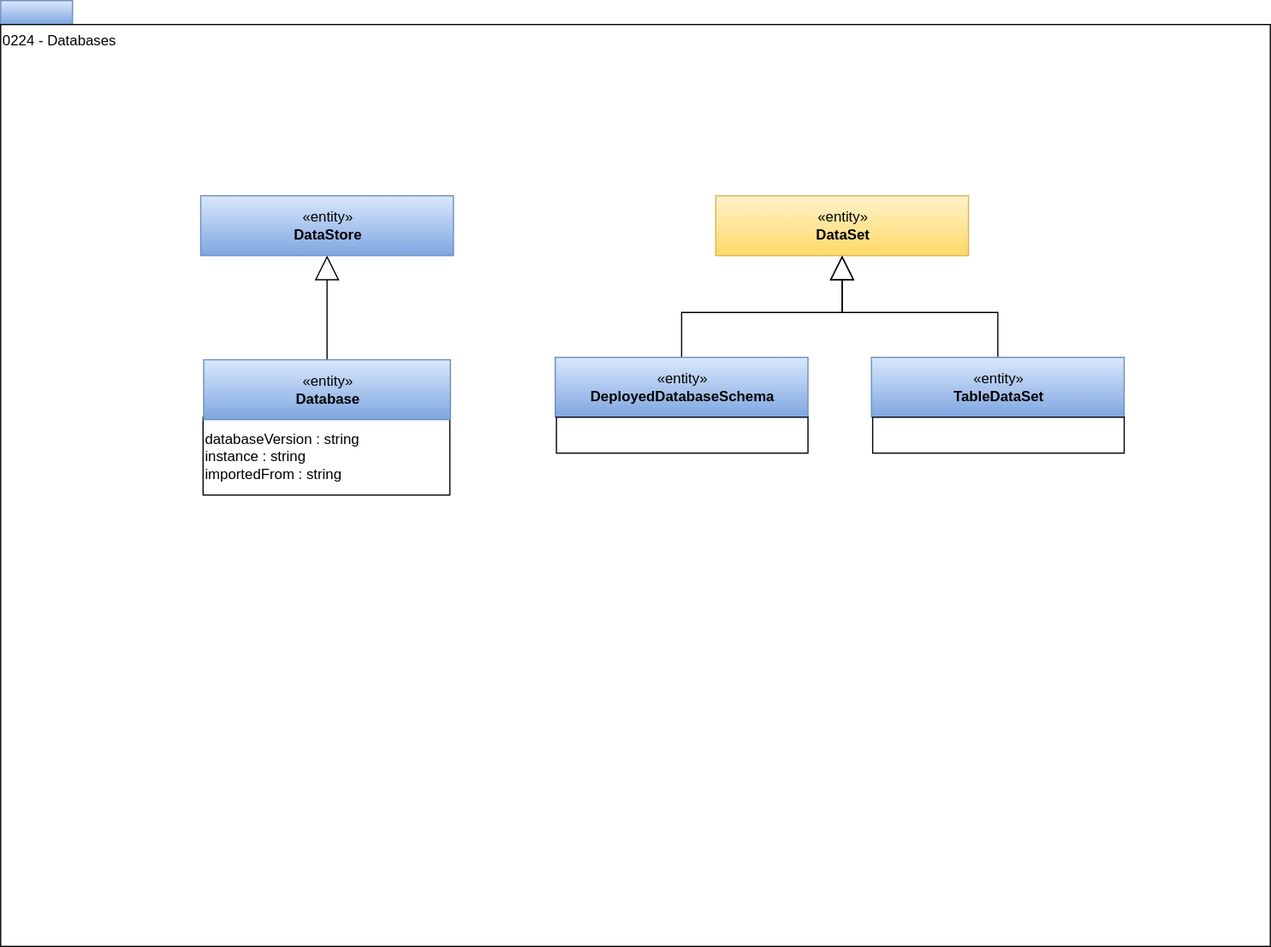
This is site/docs/types/2/0224-Databases.svg from odpi/egeria-docs, a draw.io export, as it was before one commit. Source tidied: cells renumbered, new cells last; positions are measured from the earlier drawing's top-left corner, leaving out a move shared by most shapes.
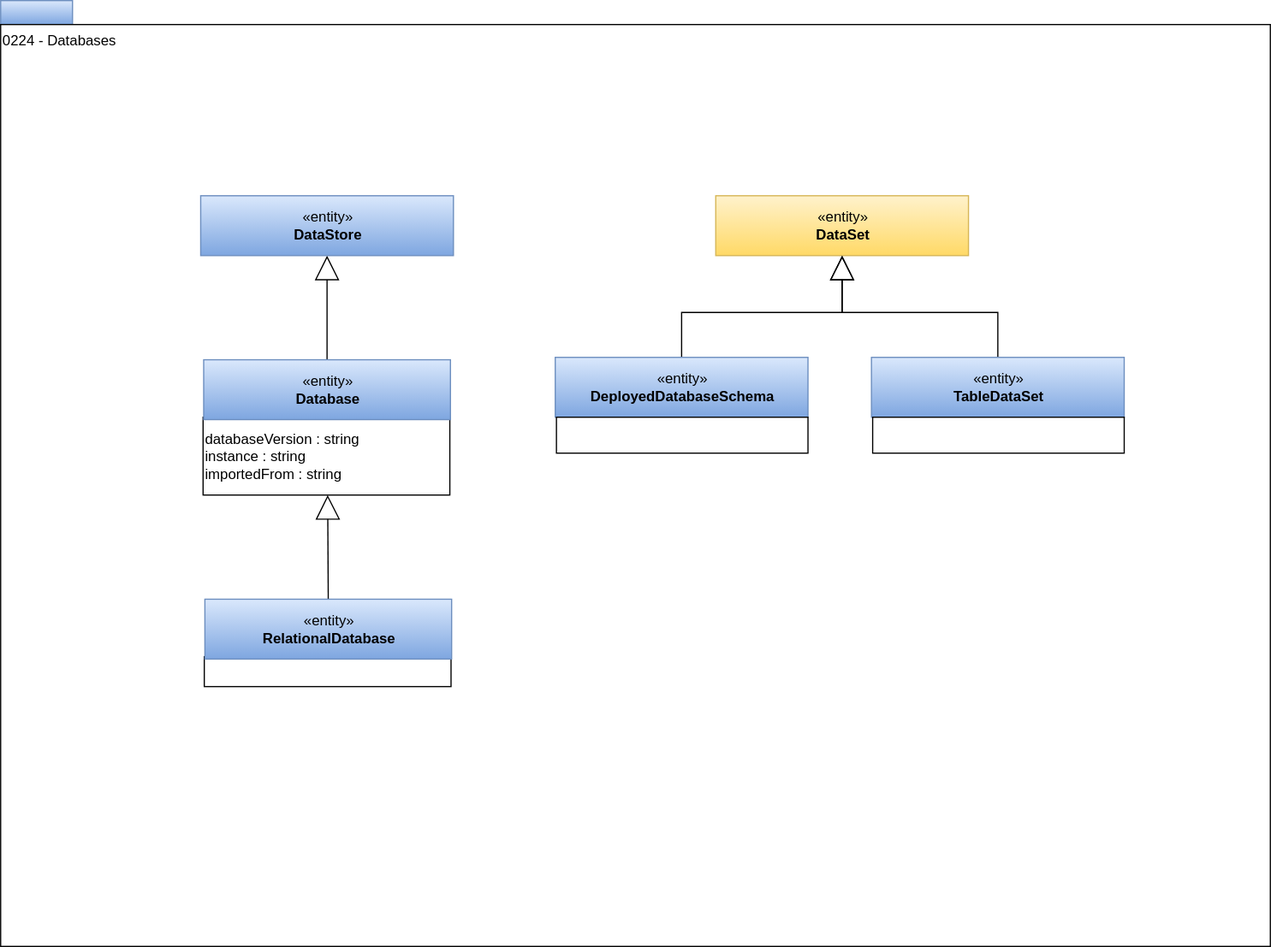
Later version of the same file.

Commit message:
Add RelationalDatabase type

Diff of the diagram source:
```diff
@@ -41,5 +41,16 @@
     <mxCell id="14" style="rounded=0;whiteSpace=wrap;html=1;strokeColor=#000000;gradientColor=#ffffff;align=left;" parent="1" vertex="1">
       <mxGeometry x="728" y="348" width="210" height="30" as="geometry" />
     </mxCell>
+    <mxCell id="15" style="rounded=0;whiteSpace=wrap;html=1;strokeColor=#000000;gradientColor=#ffffff;align=left;" parent="1" vertex="1">
+      <mxGeometry x="170" y="548" width="206" height="25" as="geometry" />
+    </mxCell>
+    <mxCell id="16" style="edgeStyle=orthogonalEdgeStyle;rounded=0;jettySize=auto;html=1;exitX=0.5;exitY=0;exitDx=0;exitDy=0;strokeWidth=1;endArrow=block;endFill=0;endSize=18;" parent="1" edge="1" source="17">
+      <mxGeometry relative="1" as="geometry">
+        <mxPoint x="273" y="413" as="targetPoint" />
+      </mxGeometry>
+    </mxCell>
+    <mxCell id="17" value="«entity»&lt;br&gt;&lt;b&gt;RelationalDatabase&lt;/b&gt;" style="html=1;strokeColor=#6c8ebf;align=center;fillColor=#dae8fc;gradientColor=#7ea6e0;" parent="1" vertex="1">
+      <mxGeometry x="170.5" y="500" width="206" height="50" as="geometry" />
+    </mxCell>
   </root>
 </mxGraphModel>
```
